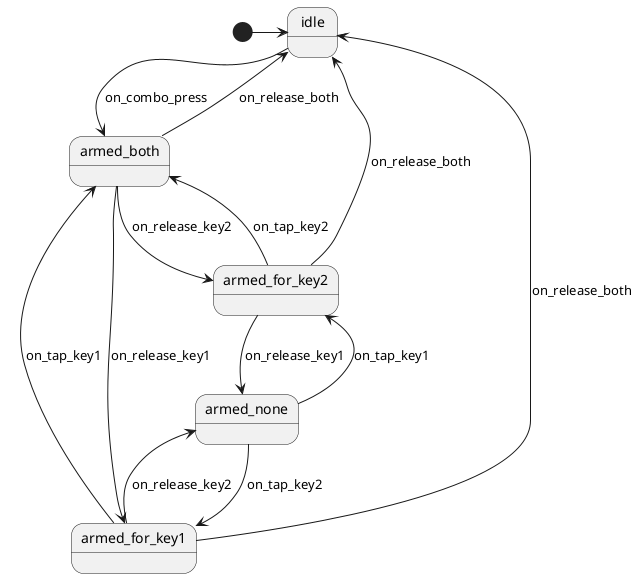
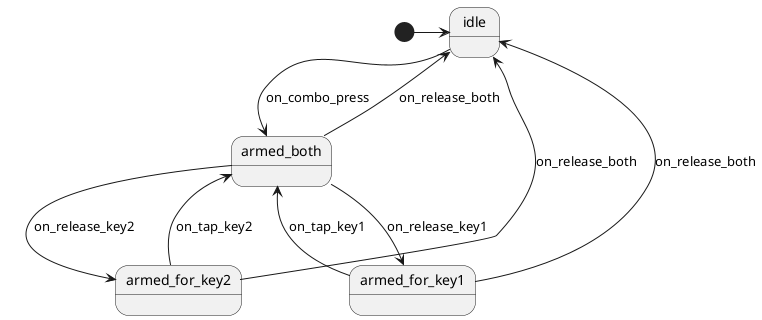
@startuml StickyCombo
state idle
state armed_both
state armed_for_key1
state armed_for_key2
- state armed_none

[*] -> idle

idle --> armed_both : on_combo_press
armed_both --> armed_for_key1 : on_release_key1
armed_both --> armed_for_key2 : on_release_key2
armed_both --> idle : on_release_both

armed_for_key1 --> armed_both : on_tap_key1
- armed_for_key1 --> armed_none : on_release_key2
armed_for_key1 --> idle : on_release_both

armed_for_key2 --> armed_both : on_tap_key2
- armed_for_key2 --> armed_none : on_release_key1
armed_for_key2 --> idle : on_release_both
- 
- armed_none --> armed_for_key2 : on_tap_key1
- armed_none --> armed_for_key1 : on_tap_key2

/'! $CONFIG : toml
SmRunnerSettings.transpilerId = "C99"
'/
@enduml
